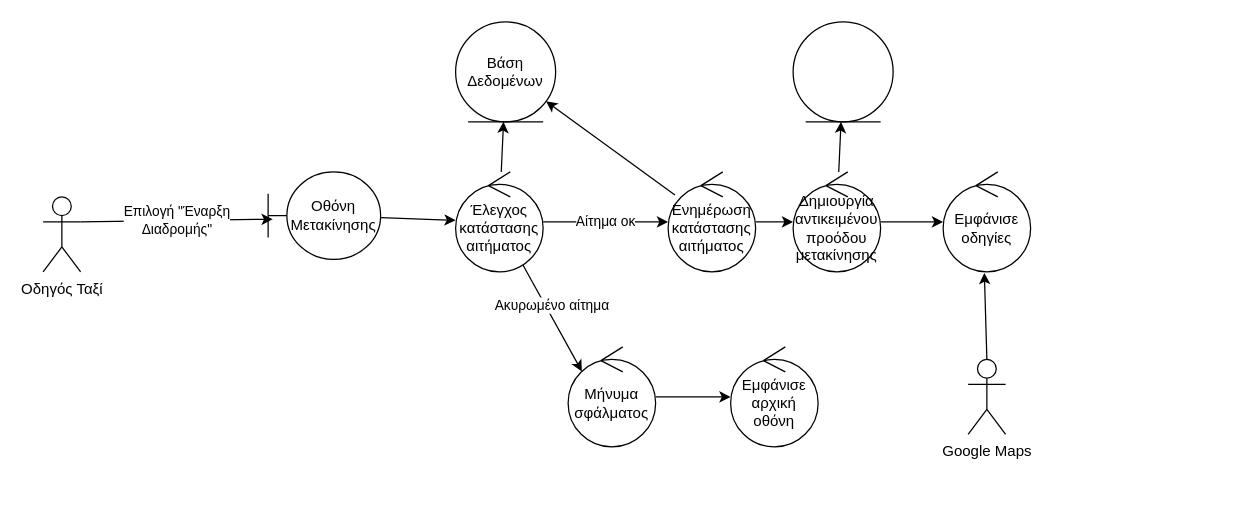
Before: Part_2/Robustness/diagrams/09_Επιβίβαση_σε_Ταξί.drawio in Nikolis2002/texnoligia_logismikou, a draw.io diagram. Source tidied: cells renumbered, new cells numbered last; positions are measured from the earlier drawing's top-left corner, leaving out a move shared by most shapes. Both pictures are drawn from the tidied source at 125%, with x=0, y=0 at pixel (42, 21).
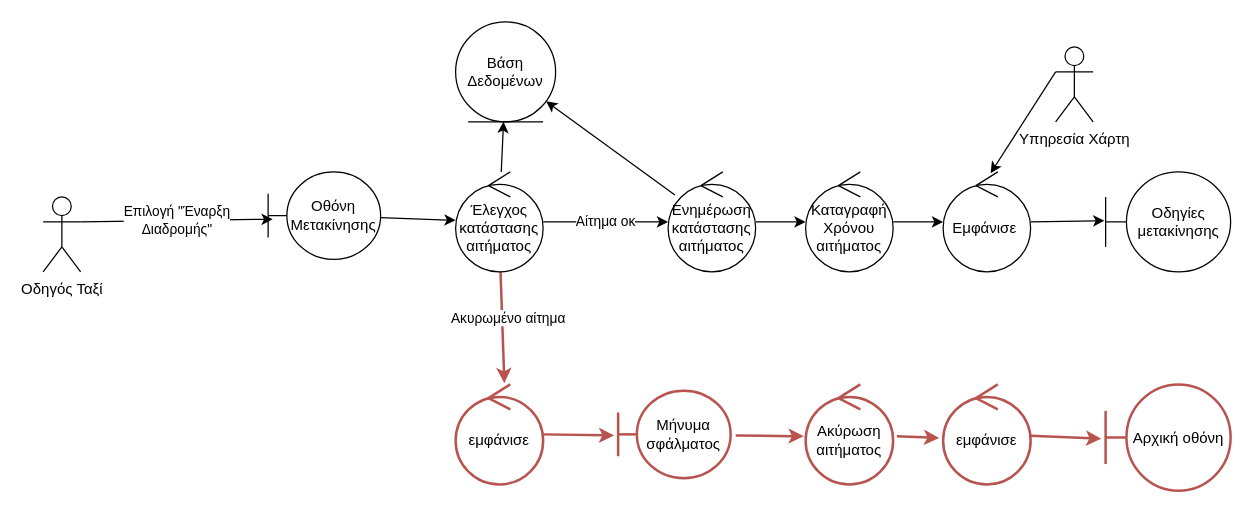
Above is the later version.

The change refers to these unchanged cells:
```xml
<mxCell id="10" value="Έλεγχος κατάστασης αιτήματος" style="ellipse;shape=umlControl;whiteSpace=wrap;html=1;" parent="1" vertex="1">
  <mxGeometry x="330" y="120" width="70" height="80" as="geometry" />
</mxCell>
<mxCell id="14" value="Ενημέρωση κατάστασης αιτήματος" style="ellipse;shape=umlControl;whiteSpace=wrap;html=1;" parent="1" vertex="1">
  <mxGeometry x="500" y="120" width="70" height="80" as="geometry" />
</mxCell>
```

Diff of the diagram source:
```diff
@@
-    <mxCell id="8" style="edgeStyle=none;html=1;entryX=0.157;entryY=0.245;entryDx=0;entryDy=0;entryPerimeter=0;" parent="1" edge="1" source="10" target="23">
+    <mxCell id="8" style="edgeStyle=none;html=1;entryX=0.557;entryY=-0.012;entryDx=0;entryDy=0;entryPerimeter=0;strokeColor=#B85450;strokeWidth=2;" parent="1" edge="1" source="10" target="29">
       <mxGeometry relative="1" as="geometry" />
     </mxCell>
@@
-    <mxCell id="13" style="edgeStyle=none;html=1;" parent="1" edge="1" source="14" target="20">
-      <mxGeometry relative="1" as="geometry" />
-    </mxCell>
+    <mxCell id="25" style="edgeStyle=none;html=1;" parent="1" edge="1" source="14" target="33">
+      <mxGeometry relative="1" as="geometry" />
+    </mxCell>
@@
+    <mxCell id="26" style="edgeStyle=none;html=1;entryX=-0.01;entryY=0.488;entryDx=0;entryDy=0;entryPerimeter=0;" parent="1" edge="1" source="15" target="27">
+      <mxGeometry relative="1" as="geometry" />
+    </mxCell>
-    <mxCell id="15" value="Εμφάνισε οδηγίες" style="ellipse;shape=umlControl;whiteSpace=wrap;html=1;" parent="1" vertex="1">
+    <mxCell id="15" value="Εμφάνισε&amp;nbsp;" style="ellipse;shape=umlControl;whiteSpace=wrap;html=1;" parent="1" vertex="1">
       <mxGeometry x="720" y="120" width="70" height="80" as="geometry" />
     </mxCell>
-    <mxCell id="16" style="edgeStyle=none;html=1;exitX=0.5;exitY=0;exitDx=0;exitDy=0;exitPerimeter=0;entryX=0.471;entryY=1.01;entryDx=0;entryDy=0;entryPerimeter=0;" parent="1" edge="1" source="17" target="15">
+    <mxCell id="16" style="edgeStyle=none;html=1;exitX=0;exitY=0.3333333333333333;exitDx=0;exitDy=0;exitPerimeter=0;entryX=0.543;entryY=0.013;entryDx=0;entryDy=0;entryPerimeter=0;" parent="1" edge="1" source="17" target="15">
       <mxGeometry relative="1" as="geometry" />
     </mxCell>
-    <mxCell id="17" value="Google Maps" style="shape=umlActor;verticalLabelPosition=bottom;verticalAlign=top;html=1;" parent="1" vertex="1">
-      <mxGeometry x="740" y="270" width="30" height="60" as="geometry" />
+    <mxCell id="17" value="Υπηρεσία Χάρτη" style="shape=umlActor;verticalLabelPosition=bottom;verticalAlign=top;html=1;" parent="1" vertex="1">
+      <mxGeometry x="810" y="20" width="30" height="60" as="geometry" />
     </mxCell>
-    <mxCell id="18" style="edgeStyle=none;html=1;" parent="1" edge="1" source="20" target="15">
-      <mxGeometry relative="1" as="geometry" />
-    </mxCell>
-    <mxCell id="19" style="edgeStyle=none;html=1;" parent="1" edge="1" source="20" target="21">
-      <mxGeometry relative="1" as="geometry" />
-    </mxCell>
-    <mxCell id="20" value="Δημιουργία αντικειμένου προόδου μετακίνησης" style="ellipse;shape=umlControl;whiteSpace=wrap;html=1;" parent="1" vertex="1">
-      <mxGeometry x="600" y="120" width="70" height="80" as="geometry" />
-    </mxCell>
-    <mxCell id="21" style="ellipse;shape=umlEntity;whiteSpace=wrap;html=1;" parent="1" vertex="1">
-      <mxGeometry x="600" width="80" height="80" as="geometry" />
-    </mxCell>
-    <mxCell id="22" style="edgeStyle=none;html=1;" parent="1" edge="1" source="23" target="24">
-      <mxGeometry relative="1" as="geometry" />
-    </mxCell>
+    <mxCell id="27" value="Οδηγίες μετακίνησης" style="shape=umlBoundary;whiteSpace=wrap;html=1;" parent="1" vertex="1">
+      <mxGeometry x="850" y="120" width="100" height="80" as="geometry" />
+    </mxCell>
+    <mxCell id="28" style="edgeStyle=none;html=1;entryX=-0.035;entryY=0.512;entryDx=0;entryDy=0;entryPerimeter=0;strokeColor=#B85450;strokeWidth=2;" parent="1" edge="1" source="29" target="23">
+      <mxGeometry relative="1" as="geometry" />
+    </mxCell>
+    <mxCell id="29" value="εμφάνισε" style="ellipse;shape=umlControl;whiteSpace=wrap;html=1;strokeColor=#B85450;strokeWidth=2;" parent="1" vertex="1">
+      <mxGeometry x="330" y="290" width="70" height="80" as="geometry" />
+    </mxCell>
+    <mxCell id="30" style="edgeStyle=none;html=1;entryX=-0.021;entryY=0.519;entryDx=0;entryDy=0;entryPerimeter=0;strokeColor=#B85450;strokeWidth=2;exitX=1.045;exitY=0.512;exitDx=0;exitDy=0;exitPerimeter=0;" parent="1" edge="1" source="23" target="34">
+      <mxGeometry relative="1" as="geometry" />
+    </mxCell>
+    <mxCell id="31" style="edgeStyle=none;html=1;strokeColor=#B85450;strokeWidth=2;entryX=-0.045;entryY=0.536;entryDx=0;entryDy=0;entryPerimeter=0;exitX=1.043;exitY=0.519;exitDx=0;exitDy=0;exitPerimeter=0;" parent="1" edge="1" source="34" target="36">
+      <mxGeometry relative="1" as="geometry" />
+    </mxCell>
+    <mxCell id="32" style="edgeStyle=none;html=1;" parent="1" edge="1" source="33" target="15">
+      <mxGeometry relative="1" as="geometry" />
+    </mxCell>
+    <mxCell id="33" value="Καταγραφή Χρόνου αιτήματος" style="ellipse;shape=umlControl;whiteSpace=wrap;html=1;" parent="1" vertex="1">
+      <mxGeometry x="610" y="120" width="70" height="80" as="geometry" />
+    </mxCell>
-    <mxCell id="23" value="Μήνυμα σφάλματος" style="ellipse;shape=umlControl;whiteSpace=wrap;html=1;" parent="1" vertex="1">
-      <mxGeometry x="420" y="260" width="70" height="80" as="geometry" />
+    <mxCell id="23" value="Μήνυμα σφάλματος" style="shape=umlBoundary;whiteSpace=wrap;html=1;fillColor=none;strokeColor=#b85450;strokeWidth=2;" parent="1" vertex="1">
+      <mxGeometry x="460" y="295" width="90" height="70" as="geometry" />
     </mxCell>
-    <mxCell id="24" value="Εμφάνισε αρχική οθόνη" style="ellipse;shape=umlControl;whiteSpace=wrap;html=1;" parent="1" vertex="1">
-      <mxGeometry x="550" y="260" width="70" height="80" as="geometry" />
-    </mxCell>
+    <mxCell id="34" value="Ακύρωση αιτήματος" style="ellipse;shape=umlControl;whiteSpace=wrap;html=1;strokeColor=#B85450;strokeWidth=2;" parent="1" vertex="1">
+      <mxGeometry x="610" y="290" width="70" height="80" as="geometry" />
+    </mxCell>
+    <mxCell id="35" style="edgeStyle=none;html=1;entryX=-0.035;entryY=0.512;entryDx=0;entryDy=0;entryPerimeter=0;strokeColor=#B85450;strokeWidth=2;" parent="1" edge="1" source="36" target="37">
+      <mxGeometry relative="1" as="geometry" />
+    </mxCell>
+    <mxCell id="36" value="εμφάνισε" style="ellipse;shape=umlControl;whiteSpace=wrap;html=1;strokeColor=#B85450;strokeWidth=2;" parent="1" vertex="1">
+      <mxGeometry x="720" y="290" width="70" height="80" as="geometry" />
+    </mxCell>
+    <mxCell id="37" value="Αρχική οθόνη" style="shape=umlBoundary;whiteSpace=wrap;html=1;fillColor=none;strokeColor=#b85450;strokeWidth=2;" parent="1" vertex="1">
+      <mxGeometry x="850" y="290" width="100" height="85" as="geometry" />
+    </mxCell>
```
